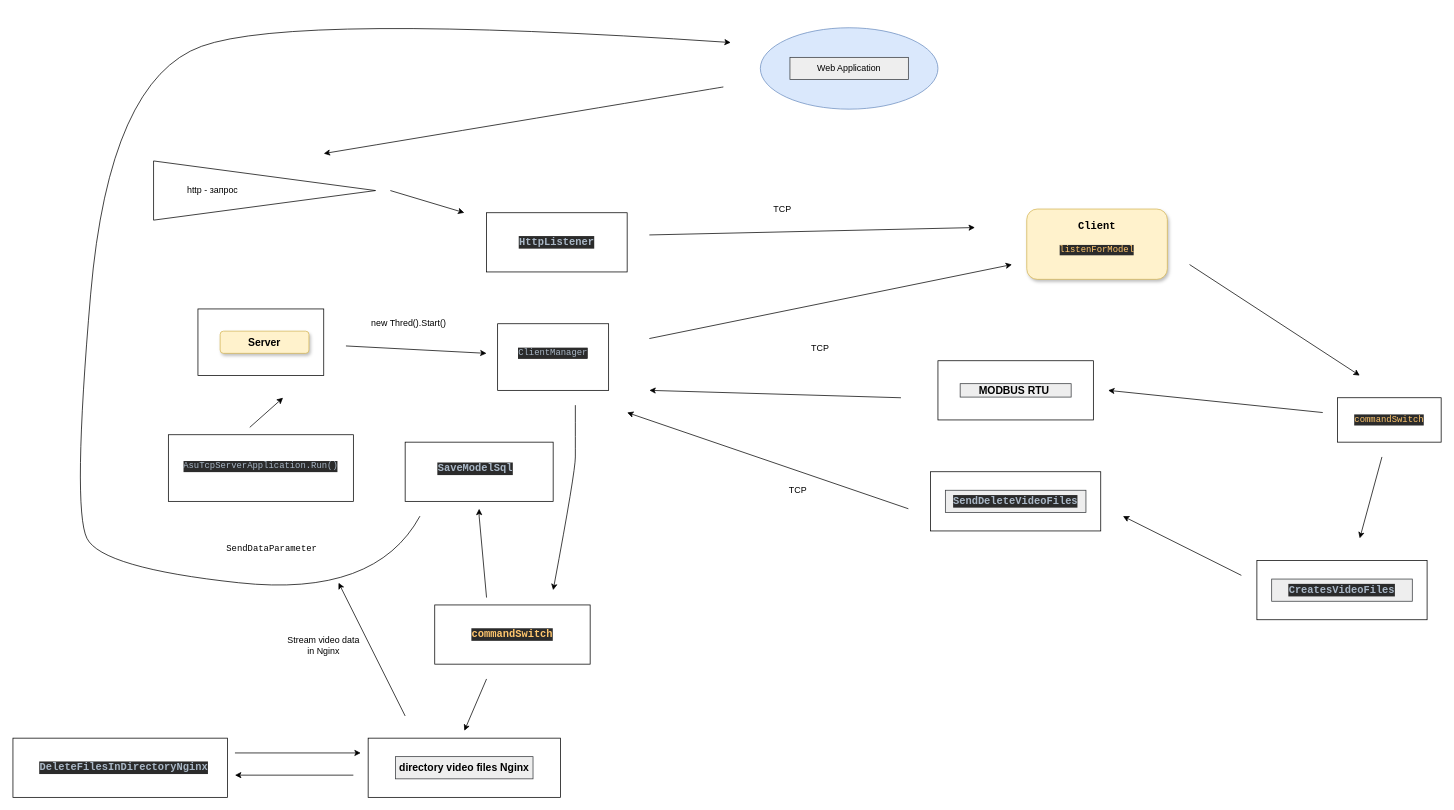
Earlier version of the draw.io diagram src/main/java/structure_diagram.drawio (seregAnt02/AsuTcpClientrOnJava). Source tidied: cells renumbered, new cells numbered last; positions are measured from the earlier drawing's top-left corner, leaving out a move shared by most shapes. Both pictures are drawn from the tidied source at 74%, with x=0, y=0 at pixel (13, 13).
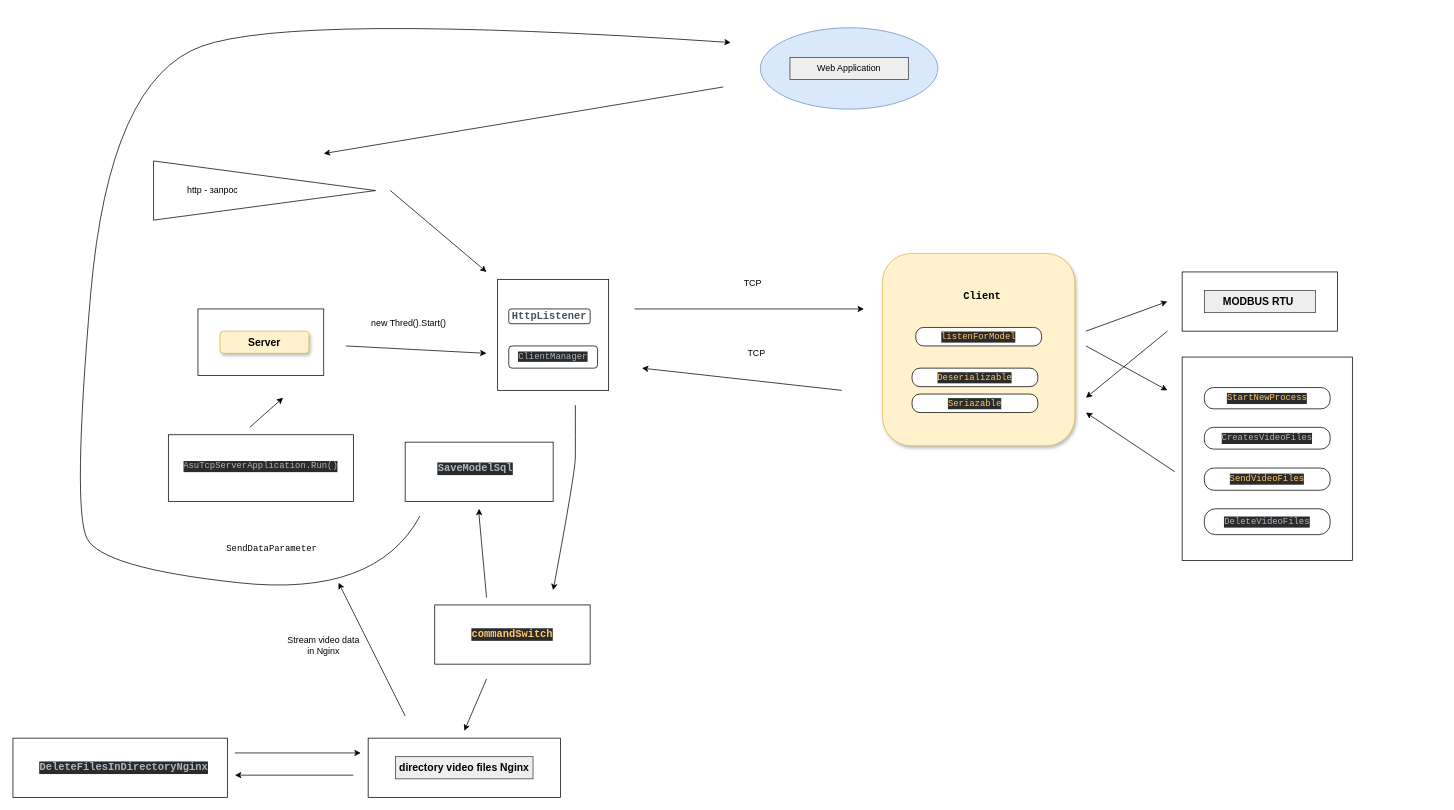
Above is the later version.

The change refers to these unchanged cells:
```xml
<mxCell id="15" style="group;" parent="14" vertex="1">
  <mxGeometry x="460" width="200" height="310" as="geometry" />
</mxCell>
<mxCell id="48" style="group;" parent="47" vertex="1">
  <mxGeometry width="890" height="890" as="geometry" />
</mxCell>
```

Change to the diagram source:
```diff
@@
     <mxCell id="16" style="rounded=0;whiteSpace=wrap;html=1;" parent="15" vertex="1">
-      <mxGeometry x="15" y="220" width="150" height="90" as="geometry" />
+      <mxGeometry x="15" y="160" width="150" height="150" as="geometry" />
     </mxCell>
-    <mxCell id="17" value="&lt;pre style=&quot;background-color: rgb(43, 43, 43); color: rgb(169, 183, 198); font-family: &amp;quot;JetBrains Mono&amp;quot;, monospace;&quot;&gt;&lt;pre style=&quot;font-family: &amp;quot;JetBrains Mono&amp;quot;, monospace;&quot;&gt;&lt;span style=&quot;background-color: light-dark(rgb(43, 43, 43), rgb(200, 200, 200)); color: light-dark(rgb(169, 183, 198), rgb(71, 83, 96)); white-space: normal;&quot;&gt;ClientManager&lt;/span&gt;&lt;/pre&gt;&lt;/pre&gt;" style="text;html=1;align=center;verticalAlign=middle;whiteSpace=wrap;rounded=0;" parent="15" vertex="1">
-      <mxGeometry x="30" y="230" width="120" height="60" as="geometry" />
-    </mxCell>
+    <mxCell id="58" value="&lt;pre style=&quot;color: rgb(71, 83, 96); font-size: 14.04px; font-weight: 700; font-family: &amp;quot;JetBrains Mono&amp;quot;, monospace;&quot;&gt;HttpListener&lt;/pre&gt;" style="rounded=1;whiteSpace=wrap;html=1;" parent="15" vertex="1">
+      <mxGeometry x="30" y="200" width="110" height="20" as="geometry" />
+    </mxCell>
@@
-    <mxCell id="28" style="endArrow=classic;html=1;rounded=0;" parent="1" edge="1">
-      <mxGeometry relative="1" as="geometry">
-        <mxPoint x="1590" y="340" as="sourcePoint" />
-        <mxPoint x="1820" y="490" as="targetPoint" />
-      </mxGeometry>
-    </mxCell>
-    <mxCell id="29" style="endArrow=classic;html=1;rounded=0;" parent="1" edge="1">
-      <mxGeometry relative="1" as="geometry">
-        <mxPoint x="1770" y="540" as="sourcePoint" />
-        <mxPoint x="1480" y="510" as="targetPoint" />
-      </mxGeometry>
-    </mxCell>
     <mxCell id="30" style="group;fillColor=none;strokeColor=none;" parent="1" vertex="1">
-      <mxGeometry x="1370" y="265" width="190" height="95" as="geometry" />
+      <mxGeometry x="1170" y="335" width="270" height="350" as="geometry" />
     </mxCell>
+    <mxCell id="78" style="group;" parent="30" vertex="1">
+      <mxGeometry x="5" y="-10" width="260" height="260" as="geometry" />
+    </mxCell>
-    <mxCell id="31" value="&lt;div&gt;&lt;br&gt;&lt;/div&gt;&lt;div&gt;&lt;pre style=&quot;background-color: rgb(43, 43, 43); color: rgb(169, 183, 198); font-family: &amp;quot;JetBrains Mono&amp;quot;, monospace;&quot;&gt;&lt;span style=&quot;color: rgb(255, 198, 109);&quot;&gt;listenForModel&lt;/span&gt;&lt;/pre&gt;&lt;/div&gt;" style="rounded=1;whiteSpace=wrap;html=1;fillColor=#fff2cc;strokeColor=#d6b656;shadow=1;" parent="30" vertex="1">
-      <mxGeometry width="190" height="95" as="geometry" />
+    <mxCell id="31" style="rounded=1;whiteSpace=wrap;html=1;fillColor=#fff2cc;strokeColor=#d6b656;shadow=1;" parent="78" vertex="1">
+      <mxGeometry width="260" height="260" as="geometry" />
     </mxCell>
-    <mxCell id="32" value="&lt;pre style=&quot;font-family: &amp;quot;JetBrains Mono&amp;quot;, monospace;&quot;&gt;&lt;h3 style=&quot;font-family: &amp;quot;JetBrains Mono&amp;quot;, monospace;&quot;&gt;&lt;span&gt;&lt;font style=&quot;color: rgb(0, 0, 0);&quot;&gt;Client&lt;/font&gt;&lt;/span&gt;&lt;/h3&gt;&lt;/pre&gt;" style="text;html=1;align=center;verticalAlign=middle;whiteSpace=wrap;rounded=0;" parent="30" vertex="1">
-      <mxGeometry x="20" y="11.9" width="150" height="23.8" as="geometry" />
+    <mxCell id="32" value="&lt;pre style=&quot;font-family: &amp;quot;JetBrains Mono&amp;quot;, monospace;&quot;&gt;&lt;h3 style=&quot;font-family: &amp;quot;JetBrains Mono&amp;quot;, monospace;&quot;&gt;&lt;span&gt;&lt;font style=&quot;color: rgb(0, 0, 0);&quot;&gt;Client&lt;/font&gt;&lt;/span&gt;&lt;/h3&gt;&lt;/pre&gt;" style="text;html=1;align=center;verticalAlign=middle;whiteSpace=wrap;rounded=0;" parent="78" vertex="1">
+      <mxGeometry x="60" y="33.8" width="150" height="47.5" as="geometry" />
     </mxCell>
+    <mxCell id="79" value="&lt;pre style=&quot;background-color: rgb(43, 43, 43); color: rgb(169, 183, 198); font-family: &amp;quot;JetBrains Mono&amp;quot;, monospace;&quot;&gt;&lt;span style=&quot;color: rgb(255, 198, 109);&quot;&gt;listenForModel&lt;/span&gt;&lt;/pre&gt;" style="rounded=1;whiteSpace=wrap;html=1;arcSize=43;" parent="78" vertex="1">
+      <mxGeometry x="45" y="100" width="170" height="25" as="geometry" />
+    </mxCell>
+    <mxCell id="80" value="&lt;pre style=&quot;background-color: rgb(43, 43, 43); color: rgb(169, 183, 198); font-family: &amp;quot;JetBrains Mono&amp;quot;, monospace;&quot;&gt;&lt;span style=&quot;color: rgb(255, 198, 109);&quot;&gt;Seriazable&lt;/span&gt;&lt;/pre&gt;" style="rounded=1;whiteSpace=wrap;html=1;arcSize=43;" parent="78" vertex="1">
+      <mxGeometry x="40" y="190" width="170" height="25" as="geometry" />
+    </mxCell>
+    <mxCell id="81" value="&lt;pre style=&quot;background-color: rgb(43, 43, 43); color: rgb(169, 183, 198); font-family: &amp;quot;JetBrains Mono&amp;quot;, monospace;&quot;&gt;&lt;span style=&quot;color: rgb(255, 198, 109);&quot;&gt;Deserializable&lt;/span&gt;&lt;/pre&gt;" style="rounded=1;whiteSpace=wrap;html=1;arcSize=43;" parent="78" vertex="1">
+      <mxGeometry x="40" y="155" width="170" height="25" as="geometry" />
+    </mxCell>
     <mxCell id="33" style="group;" parent="1" vertex="1">
-      <mxGeometry x="1250" y="470" width="210" height="80" as="geometry" />
+      <mxGeometry x="1580" y="350" width="210" height="80" as="geometry" />
     </mxCell>
@@
     <mxCell id="35" value="&lt;h3&gt;MODBUS RTU&amp;nbsp;&lt;/h3&gt;" style="text;html=1;align=center;verticalAlign=middle;whiteSpace=wrap;rounded=0;fillColor=#eeeeee;strokeColor=#36393d;" parent="33" vertex="1">
-      <mxGeometry x="30" y="31" width="150" height="18.1" as="geometry" />
+      <mxGeometry x="30" y="25" width="150" height="30" as="geometry" />
     </mxCell>
@@
-    <mxCell id="37" style="group;" parent="1" vertex="1">
-      <mxGeometry x="1240" y="620" width="240" height="80" as="geometry" />
-    </mxCell>
-    <mxCell id="38" style="group;" parent="37" vertex="1">
-      <mxGeometry width="230" height="80" as="geometry" />
-    </mxCell>
-    <mxCell id="39" style="rounded=0;whiteSpace=wrap;html=1;" parent="38" vertex="1">
-      <mxGeometry width="230" height="80" as="geometry" />
-    </mxCell>
-    <mxCell id="40" value="&lt;h3&gt;&lt;pre style=&quot;background-color: rgb(43, 43, 43); color: rgb(169, 183, 198); font-family: &amp;quot;JetBrains Mono&amp;quot;, monospace;&quot;&gt;&lt;pre style=&quot;font-family: &amp;quot;JetBrains Mono&amp;quot;, monospace;&quot;&gt;SendDeleteVideoFiles&lt;/pre&gt;&lt;/pre&gt;&lt;/h3&gt;" style="text;html=1;align=center;verticalAlign=middle;whiteSpace=wrap;rounded=0;fillColor=#eeeeee;strokeColor=#36393d;" parent="38" vertex="1">
-      <mxGeometry x="20" y="25" width="190" height="30" as="geometry" />
-    </mxCell>
@@
-    <mxCell id="45" value="TCP" style="text;html=1;align=center;verticalAlign=middle;whiteSpace=wrap;rounded=0;" parent="1" vertex="1">
-      <mxGeometry x="1080" y="440" width="21.6" height="25.7" as="geometry" />
-    </mxCell>
     <mxCell id="46" style="endArrow=classic;html=1;rounded=0;" parent="1" edge="1">
       <mxGeometry relative="1" as="geometry">
-        <mxPoint x="1200" y="520" as="sourcePoint" />
-        <mxPoint x="860" y="510" as="targetPoint" />
+        <mxPoint x="1120" y="510" as="sourcePoint" />
+        <mxPoint x="850" y="480" as="targetPoint" />
       </mxGeometry>
     </mxCell>
@@
-    <mxCell id="56" style="group;" parent="48" vertex="1">
-      <mxGeometry x="560" y="270" width="190" height="80" as="geometry" />
-    </mxCell>
-    <mxCell id="57" style="rounded=0;whiteSpace=wrap;html=1;" parent="56" vertex="1">
-      <mxGeometry width="190" height="80" as="geometry" />
-    </mxCell>
-    <mxCell id="58" value="&lt;h3 style=&quot;background-color: light-dark(rgb(43, 43, 43), rgb(200, 200, 200)); color: light-dark(rgb(169, 183, 198), rgb(71, 83, 96)); font-family: &amp;quot;JetBrains Mono&amp;quot;, monospace;&quot;&gt;&lt;pre style=&quot;font-family: &amp;quot;JetBrains Mono&amp;quot;, monospace;&quot;&gt;HttpListener&lt;/pre&gt;&lt;/h3&gt;" style="text;html=1;align=center;verticalAlign=middle;whiteSpace=wrap;rounded=0;" parent="56" vertex="1">
-      <mxGeometry x="20" y="25" width="150" height="30" as="geometry" />
-    </mxCell>
+    <mxCell id="17" value="&lt;pre style=&quot;color: rgb(71, 83, 96); font-family: &amp;quot;JetBrains Mono&amp;quot;, monospace;&quot;&gt;&lt;span style=&quot;background-color: light-dark(rgb(43, 43, 43), rgb(200, 200, 200)); color: light-dark(rgb(169, 183, 198), rgb(71, 83, 96)); white-space: normal;&quot;&gt;ClientManager&lt;/span&gt;&lt;/pre&gt;" style="rounded=1;whiteSpace=wrap;html=1;" parent="48" vertex="1">
+      <mxGeometry x="590" y="450" width="120" height="30" as="geometry" />
+    </mxCell>
@@
-    <mxCell id="60" style="endArrow=classic;html=1;rounded=0;" parent="1" edge="1">
-      <mxGeometry relative="1" as="geometry">
-        <mxPoint x="1210" y="670" as="sourcePoint" />
-        <mxPoint x="830" y="540" as="targetPoint" />
-      </mxGeometry>
-    </mxCell>
-    <mxCell id="61" value="TCP" style="text;html=1;align=center;verticalAlign=middle;whiteSpace=wrap;rounded=0;" parent="1" vertex="1">
-      <mxGeometry x="1035.5" y="630" width="50.3" height="30" as="geometry" />
-    </mxCell>
     <mxCell id="62" style="endArrow=classic;html=1;rounded=0;" parent="1" edge="1">
       <mxGeometry relative="1" as="geometry">
         <mxPoint x="510" y="240" as="sourcePoint" />
-        <mxPoint x="610" y="270" as="targetPoint" />
+        <mxPoint x="640" y="350" as="targetPoint" />
       </mxGeometry>
     </mxCell>
     <mxCell id="63" style="endArrow=classic;html=1;rounded=0;" parent="1" edge="1">
       <mxGeometry relative="1" as="geometry">
-        <mxPoint x="860" y="300" as="sourcePoint" />
-        <mxPoint x="1300" y="290" as="targetPoint" />
+        <mxPoint x="840" y="400" as="sourcePoint" />
+        <mxPoint x="1150" y="400" as="targetPoint" />
       </mxGeometry>
     </mxCell>
@@
     <mxCell id="65" value="TCP" style="text;html=1;align=center;verticalAlign=middle;whiteSpace=wrap;rounded=0;" parent="1" vertex="1">
-      <mxGeometry x="1010" y="250" width="60" height="30" as="geometry" />
+      <mxGeometry x="970" y="350" width="60" height="30" as="geometry" />
     </mxCell>
     <mxCell id="66" style="group;" parent="1" vertex="1">
-      <mxGeometry x="1681" y="740" width="240" height="80" as="geometry" />
+      <mxGeometry x="1580" y="465" width="240" height="275" as="geometry" />
     </mxCell>
     <mxCell id="67" style="group;" parent="66" vertex="1">
-      <mxGeometry width="230" height="80" as="geometry" />
+      <mxGeometry width="230" height="275" as="geometry" />
     </mxCell>
     <mxCell id="68" style="rounded=0;whiteSpace=wrap;html=1;" parent="67" vertex="1">
-      <mxGeometry width="230" height="80" as="geometry" />
+      <mxGeometry width="230" height="275" as="geometry" />
     </mxCell>
+    <mxCell id="82" value="&lt;pre style=&quot;background-color: rgb(43, 43, 43); color: rgb(169, 183, 198); font-family: &amp;quot;JetBrains Mono&amp;quot;, monospace;&quot;&gt;&lt;pre style=&quot;font-family: &amp;quot;JetBrains Mono&amp;quot;, monospace;&quot;&gt;&lt;span style=&quot;color:#ffc66d;&quot;&gt;StartNewProcess&lt;/span&gt;&lt;/pre&gt;&lt;/pre&gt;" style="rounded=1;whiteSpace=wrap;html=1;arcSize=43;" parent="67" vertex="1">
+      <mxGeometry x="30" y="41.2" width="170" height="28.8" as="geometry" />
+    </mxCell>
-    <mxCell id="69" value="&lt;h3&gt;&lt;pre style=&quot;background-color: rgb(43, 43, 43); color: rgb(169, 183, 198); font-family: &amp;quot;JetBrains Mono&amp;quot;, monospace;&quot;&gt;&lt;pre style=&quot;font-family: &amp;quot;JetBrains Mono&amp;quot;, monospace;&quot;&gt;CreatesVideoFiles&lt;/pre&gt;&lt;/pre&gt;&lt;/h3&gt;" style="text;html=1;align=center;verticalAlign=middle;whiteSpace=wrap;rounded=0;fillColor=#eeeeee;strokeColor=#36393d;" parent="67" vertex="1">
-      <mxGeometry x="20" y="25" width="190" height="30" as="geometry" />
+    <mxCell id="69" value="&lt;pre style=&quot;background-color: rgb(43, 43, 43); color: rgb(169, 183, 198); font-family: &amp;quot;JetBrains Mono&amp;quot;, monospace;&quot;&gt;&lt;pre style=&quot;font-family: &amp;quot;JetBrains Mono&amp;quot;, monospace;&quot;&gt;CreatesVideoFiles&lt;/pre&gt;&lt;/pre&gt;" style="rounded=1;whiteSpace=wrap;html=1;arcSize=43;" parent="67" vertex="1">
+      <mxGeometry x="30" y="95" width="170" height="29.4" as="geometry" />
     </mxCell>
-    <mxCell id="70" style="endArrow=classic;html=1;rounded=0;" parent="1" edge="1">
-      <mxGeometry relative="1" as="geometry">
-        <mxPoint x="1660" y="760" as="sourcePoint" />
-        <mxPoint x="1500" y="680" as="targetPoint" />
-      </mxGeometry>
-    </mxCell>
+    <mxCell id="83" value="&lt;pre style=&quot;background-color: rgb(43, 43, 43); color: rgb(169, 183, 198); font-family: &amp;quot;JetBrains Mono&amp;quot;, monospace;&quot;&gt;&lt;pre style=&quot;font-family: &amp;quot;JetBrains Mono&amp;quot;, monospace;&quot;&gt;&lt;span style=&quot;color:#ffc66d;&quot;&gt;SendVideoFiles&lt;/span&gt;&lt;/pre&gt;&lt;/pre&gt;" style="rounded=1;whiteSpace=wrap;html=1;arcSize=43;" parent="67" vertex="1">
+      <mxGeometry x="30" y="150" width="170" height="30" as="geometry" />
+    </mxCell>
+    <mxCell id="84" value="&lt;pre style=&quot;background-color: rgb(43, 43, 43); color: rgb(169, 183, 198); font-family: &amp;quot;JetBrains Mono&amp;quot;, monospace;&quot;&gt;&lt;pre style=&quot;font-family: &amp;quot;JetBrains Mono&amp;quot;, monospace;&quot;&gt;DeleteVideoFiles&lt;/pre&gt;&lt;/pre&gt;" style="rounded=1;whiteSpace=wrap;html=1;arcSize=43;" parent="67" vertex="1">
+      <mxGeometry x="30" y="205" width="170" height="35" as="geometry" />
+    </mxCell>
@@
-    <mxCell id="75" style="endArrow=classic;html=1;rounded=0;" parent="1" edge="1">
-      <mxGeometry relative="1" as="geometry">
-        <mxPoint x="860" y="440" as="sourcePoint" />
-        <mxPoint x="1350" y="340" as="targetPoint" />
-      </mxGeometry>
-    </mxCell>
-    <mxCell id="76" value="&lt;pre style=&quot;background-color:#2b2b2b;color:#a9b7c6;font-family:'JetBrains Mono',monospace;font-size:9,8pt;&quot;&gt;&lt;span style=&quot;color:#ffc66d;&quot;&gt;commandSwitch&lt;/span&gt;&lt;/pre&gt;" style="rounded=0;whiteSpace=wrap;html=1;" parent="1" vertex="1">
-      <mxGeometry x="1790" y="520" width="140" height="60" as="geometry" />
-    </mxCell>
-    <mxCell id="77" style="endArrow=classic;html=1;rounded=0;" parent="1" edge="1">
-      <mxGeometry relative="1" as="geometry">
-        <mxPoint x="1850" y="600" as="sourcePoint" />
-        <mxPoint x="1820" y="710" as="targetPoint" />
-      </mxGeometry>
-    </mxCell>
+    <mxCell id="45" value="TCP" style="text;html=1;align=center;verticalAlign=middle;whiteSpace=wrap;rounded=0;" parent="1" vertex="1">
+      <mxGeometry x="970" y="450" width="70" height="20" as="geometry" />
+    </mxCell>
+    <mxCell id="85" style="endArrow=classic;html=1;rounded=0;" parent="1" edge="1">
+      <mxGeometry relative="1" as="geometry">
+        <mxPoint x="1570" y="620" as="sourcePoint" />
+        <mxPoint x="1450" y="540" as="targetPoint" />
+      </mxGeometry>
+    </mxCell>
+    <mxCell id="86" style="endArrow=classic;html=1;rounded=0;" parent="1" edge="1">
+      <mxGeometry relative="1" as="geometry">
+        <mxPoint x="1450" y="430" as="sourcePoint" />
+        <mxPoint x="1560" y="390" as="targetPoint" />
+      </mxGeometry>
+    </mxCell>
+    <mxCell id="87" style="endArrow=classic;html=1;rounded=0;" parent="1" edge="1">
+      <mxGeometry relative="1" as="geometry">
+        <mxPoint x="1450" y="450" as="sourcePoint" />
+        <mxPoint x="1560" y="510" as="targetPoint" />
+      </mxGeometry>
+    </mxCell>
+    <mxCell id="88" style="endArrow=classic;html=1;rounded=0;" parent="1" edge="1">
+      <mxGeometry relative="1" as="geometry">
+        <mxPoint x="1560" y="430" as="sourcePoint" />
+        <mxPoint x="1450" y="520" as="targetPoint" />
+      </mxGeometry>
+    </mxCell>
```
